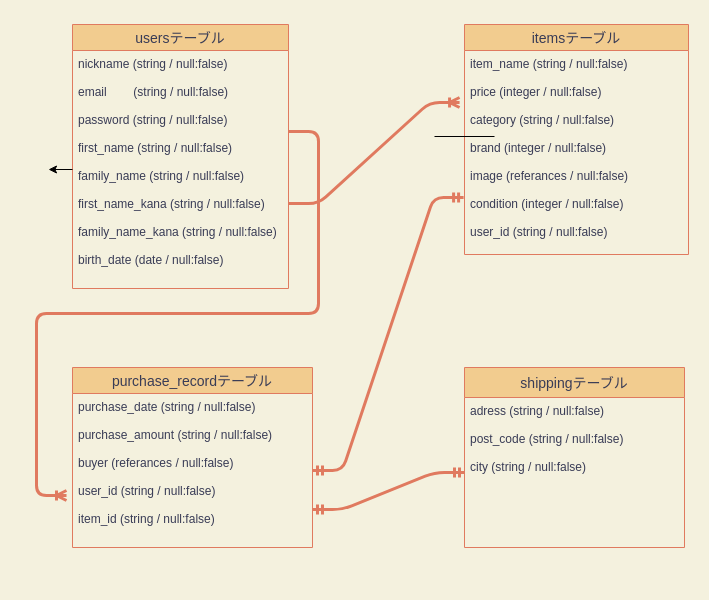
This is test.dio from kikuchi890519/furima-35249, a draw.io file, before an edit. Source tidied: cells renumbered, new cells numbered last; positions are measured from the earlier drawing's top-left corner, leaving out a move shared by most shapes. Both pictures are drawn from the tidied source at 100%, with x=0, y=0 at pixel (48, 24).
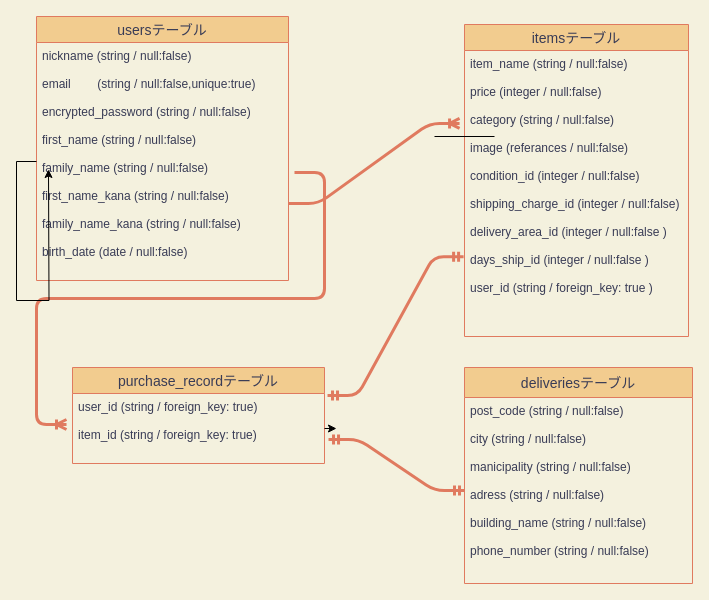
Above is the later version.

Commit message (it also covers changes not shown here):
データベース設計修正

The edit, as a diff of the source:
```diff
@@
     <mxCell id="2" value="purchase_recordテーブル" style="swimlane;fontStyle=0;horizontal=1;startSize=26;align=center;fontSize=14;fillColor=#F2CC8F;strokeColor=#E07A5F;fontColor=#393C56;" parent="1" vertex="1">
-      <mxGeometry x="24" y="343" width="240" height="180" as="geometry" />
+      <mxGeometry x="24" y="343" width="252" height="96" as="geometry" />
     </mxCell>
-    <mxCell id="3" value="purchase_date (string / null:false)&#10;&#10;purchase_amount (string / null:false)&#10;&#10;buyer (referances / null:false)&#10;&#10;user_id (string / null:false)&#10;&#10;item_id (string / null:false)" style="text;strokeColor=none;fillColor=none;spacingLeft=4;spacingRight=4;overflow=hidden;points=[[0,0.5],[1,0.5]];portConstraint=eastwest;fontSize=12;fontColor=#393C56;" parent="2" vertex="1">
-      <mxGeometry y="26" width="240" height="154" as="geometry" />
+    <mxCell id="3" value="user_id (string / foreign_key: true)&#10;&#10;item_id (string / foreign_key: true)" style="text;strokeColor=none;fillColor=none;spacingLeft=4;spacingRight=4;overflow=hidden;points=[[0,0.5],[1,0.5]];portConstraint=eastwest;fontSize=12;fontColor=#393C56;" parent="2" vertex="1">
+      <mxGeometry y="26" width="252" height="70" as="geometry" />
     </mxCell>
-    <mxCell id="4" value="shippingテーブル" style="swimlane;fontStyle=0;horizontal=1;startSize=30;align=center;fontSize=14;fillColor=#F2CC8F;strokeColor=#E07A5F;fontColor=#393C56;" parent="1" vertex="1">
-      <mxGeometry x="416" y="343" width="220" height="180" as="geometry" />
+    <mxCell id="4" value="deliveriesテーブル" style="swimlane;fontStyle=0;horizontal=1;startSize=30;align=center;fontSize=14;fillColor=#F2CC8F;strokeColor=#E07A5F;fontColor=#393C56;" parent="1" vertex="1">
+      <mxGeometry x="416" y="343" width="228" height="216" as="geometry" />
     </mxCell>
-    <mxCell id="5" value="adress (string / null:false)&#10;&#10;post_code (string / null:false)&#10;&#10;city (string / null:false)" style="text;strokeColor=none;fillColor=none;spacingLeft=4;spacingRight=4;overflow=hidden;points=[[0,0.5],[1,0.5]];portConstraint=eastwest;fontSize=12;fontColor=#393C56;" parent="4" vertex="1">
-      <mxGeometry y="30" width="220" height="150" as="geometry" />
+    <mxCell id="5" value="post_code (string / null:false)&#10;&#10;city (string / null:false)&#10;&#10;manicipality (string / null:false)&#10;&#10;adress (string / null:false)&#10;&#10;building_name (string / null:false)&#10;&#10;phone_number (string / null:false)&#10;" style="text;strokeColor=none;fillColor=none;spacingLeft=4;spacingRight=4;overflow=hidden;points=[[0,0.5],[1,0.5]];portConstraint=eastwest;fontSize=12;fontColor=#393C56;" parent="4" vertex="1">
+      <mxGeometry y="30" width="228" height="186" as="geometry" />
     </mxCell>
     <mxCell id="6" value="itemsテーブル" style="swimlane;fontStyle=0;horizontal=1;startSize=26;align=center;fontSize=14;fillColor=#F2CC8F;strokeColor=#E07A5F;fontColor=#393C56;" parent="1" vertex="1">
-      <mxGeometry x="416" width="224" height="230" as="geometry" />
+      <mxGeometry x="416" width="224" height="312" as="geometry" />
     </mxCell>
+    <mxCell id="8" style="edgeStyle=orthogonalEdgeStyle;rounded=0;orthogonalLoop=1;jettySize=auto;html=1;exitX=1;exitY=0.5;exitDx=0;exitDy=0;labelBackgroundColor=#F4F1DE;strokeColor=#E07A5F;fontColor=#393C56;" parent="6" edge="1" source="7" target="7">
+      <mxGeometry relative="1" as="geometry" />
+    </mxCell>
-    <mxCell id="7" value="item_name (string / null:false)&#10;&#10;price (integer / null:false)&#10;&#10;category (string / null:false)&#10;&#10;brand (integer / null:false)&#10;&#10;image (referances / null:false)&#10;&#10;condition (integer / null:false)&#10;&#10;user_id (string / null:false)" style="text;strokeColor=none;fillColor=none;spacingLeft=4;spacingRight=4;overflow=hidden;points=[[0,0.5],[1,0.5]];portConstraint=eastwest;fontSize=12;fontColor=#393C56;" parent="6" vertex="1">
-      <mxGeometry y="26" width="224" height="204" as="geometry" />
+    <mxCell id="7" value="item_name (string / null:false)&#10;&#10;price (integer / null:false)&#10;&#10;category (string / null:false)&#10;&#10;image (referances / null:false)&#10;&#10;condition_id (integer / null:false)&#10;&#10;shipping_charge_id (integer / null:false)&#10;&#10;delivery_area_id (integer / null:false )&#10;&#10;days_ship_id (integer / null:false )&#10;&#10;user_id (string / foreign_key: true )" style="text;strokeColor=none;fillColor=none;spacingLeft=4;spacingRight=4;overflow=hidden;points=[[0,0.5],[1,0.5]];portConstraint=eastwest;fontSize=12;fontColor=#393C56;" parent="6" vertex="1">
+      <mxGeometry y="26" width="224" height="286" as="geometry" />
     </mxCell>
-    <mxCell id="8" style="edgeStyle=orthogonalEdgeStyle;rounded=0;orthogonalLoop=1;jettySize=auto;html=1;exitX=1;exitY=0.5;exitDx=0;exitDy=0;labelBackgroundColor=#F4F1DE;strokeColor=#E07A5F;fontColor=#393C56;" parent="6" edge="1" source="7" target="7">
-      <mxGeometry relative="1" as="geometry" />
-    </mxCell>
     <mxCell id="9" value="usersテーブル" style="swimlane;fontStyle=0;horizontal=1;startSize=26;align=center;fontSize=14;fillColor=#F2CC8F;strokeColor=#E07A5F;fontColor=#393C56;" parent="1" vertex="1">
-      <mxGeometry x="24" width="216" height="264" as="geometry" />
+      <mxGeometry x="-12" y="-8" width="252" height="264" as="geometry" />
     </mxCell>
-    <mxCell id="10" value="nickname (string / null:false)&#10;&#10;email        (string / null:false)&#10;&#10;password (string / null:false)&#10;&#10;first_name (string / null:false)&#10;&#10;family_name (string / null:false)&#10;&#10;first_name_kana (string / null:false)&#10;&#10;family_name_kana (string / null:false)&#10;&#10;birth_date (date / null:false)&#10;&#10;" style="text;strokeColor=none;fillColor=none;spacingLeft=4;spacingRight=4;overflow=hidden;points=[[0,0.5],[1,0.5]];portConstraint=eastwest;fontSize=12;fontColor=#393C56;" parent="9" vertex="1">
-      <mxGeometry y="26" width="216" height="238" as="geometry" />
+    <mxCell id="10" value="nickname (string / null:false)&#10;&#10;email        (string / null:false,unique:true)&#10;&#10;encrypted_password (string / null:false)&#10;&#10;first_name (string / null:false)&#10;&#10;family_name (string / null:false)&#10;&#10;first_name_kana (string / null:false)&#10;&#10;family_name_kana (string / null:false)&#10;&#10;birth_date (date / null:false)&#10;&#10;" style="text;strokeColor=none;fillColor=none;spacingLeft=4;spacingRight=4;overflow=hidden;points=[[0,0.5],[1,0.5]];portConstraint=eastwest;fontSize=12;fontColor=#393C56;" parent="9" vertex="1">
+      <mxGeometry y="26" width="252" height="238" as="geometry" />
     </mxCell>
@@
-    <mxCell id="12" style="edgeStyle=entityRelationEdgeStyle;fontSize=12;html=1;endArrow=ERmandOne;startArrow=ERmandOne;strokeColor=#E07A5F;strokeWidth=3;fillColor=#F2CC8F;entryX=-0.004;entryY=0.721;entryDx=0;entryDy=0;entryPerimeter=0;" parent="1" edge="1" target="7">
-      <mxGeometry relative="1" as="geometry">
-        <mxPoint x="264" y="446" as="sourcePoint" />
-      </mxGeometry>
+    <mxCell id="12" style="edgeStyle=entityRelationEdgeStyle;fontSize=12;html=1;endArrow=ERmandOne;startArrow=ERmandOne;strokeColor=#E07A5F;strokeWidth=3;fillColor=#F2CC8F;entryX=-0.004;entryY=0.721;entryDx=0;entryDy=0;entryPerimeter=0;exitX=1.012;exitY=0.029;exitDx=0;exitDy=0;exitPerimeter=0;" parent="1" edge="1" source="3" target="7">
+      <mxGeometry relative="1" as="geometry" />
     </mxCell>
@@
-    <mxCell id="14" style="edgeStyle=entityRelationEdgeStyle;fontSize=12;html=1;endArrow=ERmandOne;startArrow=ERmandOne;strokeColor=#E07A5F;strokeWidth=3;fillColor=#F2CC8F;entryX=0;entryY=0.5;entryDx=0;entryDy=0;" parent="1" edge="1" target="5">
-      <mxGeometry relative="1" as="geometry">
-        <mxPoint x="264" y="485" as="sourcePoint" />
-      </mxGeometry>
+    <mxCell id="14" style="edgeStyle=entityRelationEdgeStyle;fontSize=12;html=1;endArrow=ERmandOne;startArrow=ERmandOne;strokeColor=#E07A5F;strokeWidth=3;fillColor=#F2CC8F;entryX=0;entryY=0.5;entryDx=0;entryDy=0;exitX=1.016;exitY=0.657;exitDx=0;exitDy=0;exitPerimeter=0;" parent="1" edge="1" source="3" target="5">
+      <mxGeometry relative="1" as="geometry" />
     </mxCell>
     <mxCell id="15" style="edgeStyle=entityRelationEdgeStyle;fontSize=12;html=1;endArrow=ERoneToMany;strokeColor=#E07A5F;strokeWidth=3;fillColor=#F2CC8F;" parent="1" edge="1">
       <mxGeometry relative="1" as="geometry">
-        <mxPoint x="240" y="107" as="sourcePoint" />
-        <mxPoint x="18" y="471" as="targetPoint" />
+        <mxPoint x="246" y="148" as="sourcePoint" />
+        <mxPoint x="18" y="400" as="targetPoint" />
       </mxGeometry>
     </mxCell>
@@
+    <mxCell id="17" style="edgeStyle=orthogonalEdgeStyle;rounded=0;jettySize=auto;html=1;exitX=1;exitY=0.5;exitDx=0;exitDy=0;" parent="1" edge="1" source="3">
+      <mxGeometry relative="1" as="geometry">
+        <mxPoint x="288" y="404" as="targetPoint" />
+      </mxGeometry>
+    </mxCell>
```
